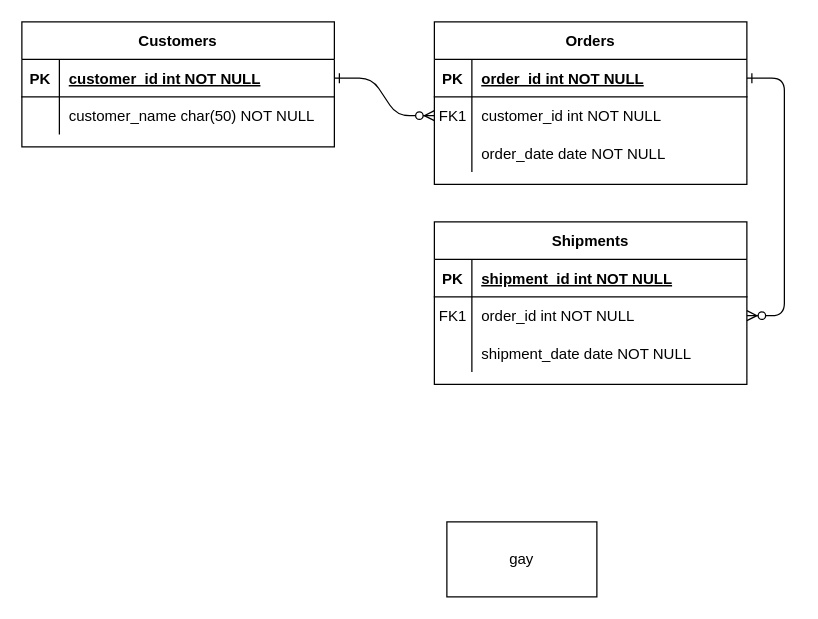
Above: Untitled Diagram.drawio in CZ2007-Group-2/Group2 (draw.io), before the change. Source tidied: cells renumbered, new cells numbered last; positions are measured from the earlier drawing's top-left corner, leaving out a move shared by most shapes. Both pictures are drawn from the tidied source at 125%, with x=0, y=0 at pixel (21, 21).
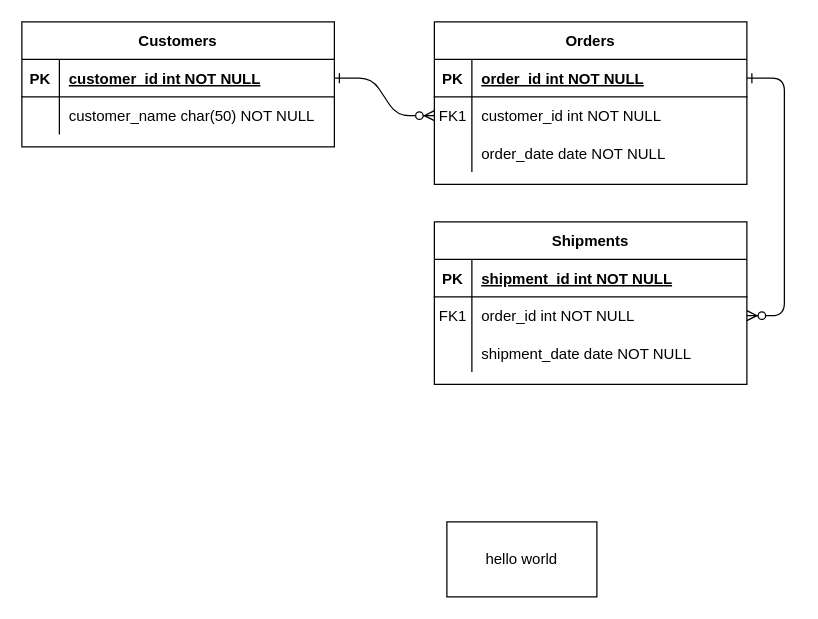
The same diagram, later.

What changed in the source:
```diff
@@
-    <mxCell id="31" value="gay" style="rounded=0;whiteSpace=wrap;html=1;" parent="1" vertex="1">
+    <mxCell id="31" value="hello world" style="rounded=0;whiteSpace=wrap;html=1;" parent="1" vertex="1">
       <mxGeometry x="340" y="400" width="120" height="60" as="geometry" />
     </mxCell>
```
